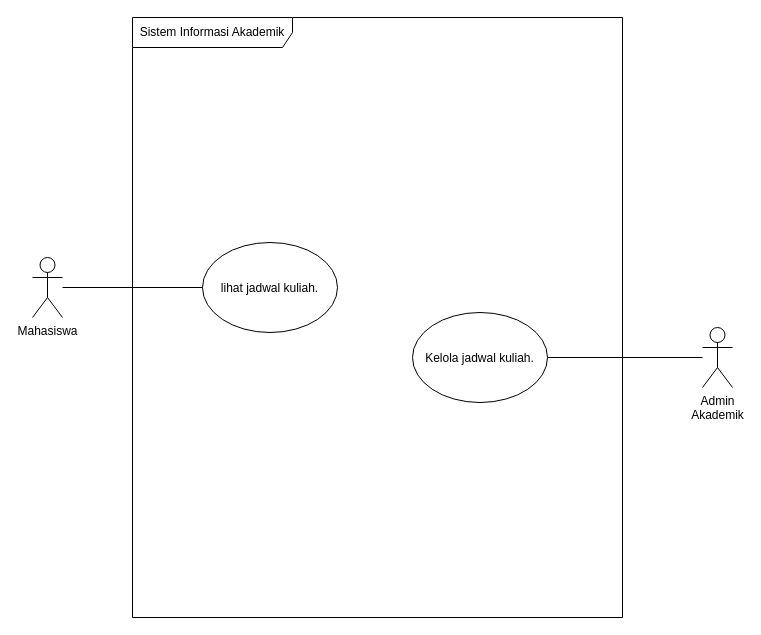
Above: 03_latihan_tools/P02/SIA/P02_2406121_SIA_notasi_v01.drawio in faujanalamsyah168-dot/IFRWP5149_2406121_LabAlat (draw.io), before the change. Source tidied: cells renumbered, new cells numbered last; positions are measured from the earlier drawing's top-left corner, leaving out a move shared by most shapes. Both pictures are drawn from the tidied source at 100%, with x=0, y=0 at pixel (32, 17).
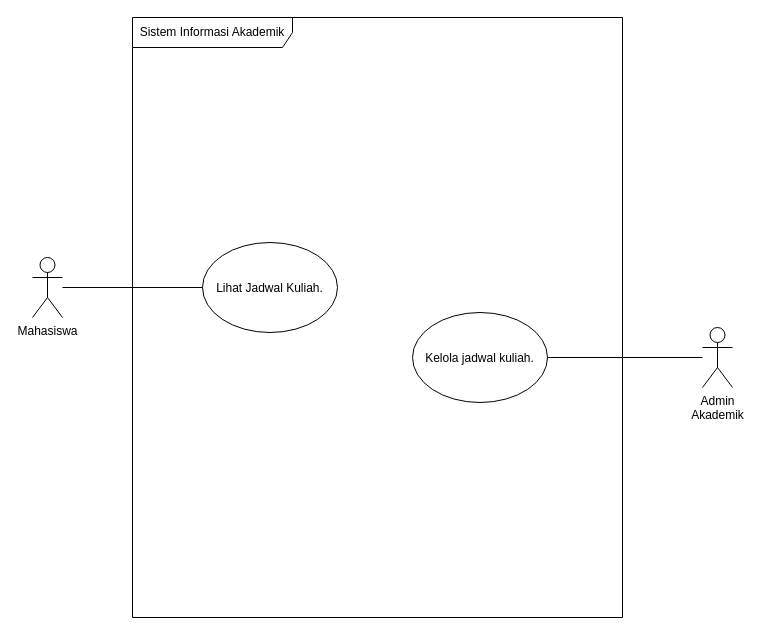
After the change.

The edit, as a diff of the source:
```diff
@@
 <mxGraphModel>
   <root>
     <mxCell id="0" />
     <mxCell id="1" parent="0" />
     <mxCell id="2" value="Sistem Informasi Akademik" style="shape=umlFrame;whiteSpace=wrap;html=1;width=160;" parent="1" vertex="1">
       <mxGeometry x="100" width="490" height="600" as="geometry" />
     </mxCell>
     <mxCell id="3" value=" Kelola jadwal kuliah. " style="ellipse;" parent="2" vertex="1">
       <mxGeometry x="280" y="295" width="135" height="90" as="geometry" />
     </mxCell>
-    <mxCell id="4" value=" lihat jadwal kuliah. " style="ellipse;" parent="2" vertex="1">
+    <mxCell id="4" value=" Lihat Jadwal Kuliah. " style="ellipse;" parent="2" vertex="1">
       <mxGeometry x="70" y="225" width="135" height="90" as="geometry" />
     </mxCell>
     <mxCell id="5" style="edgeStyle=none;html=1;entryX=0;entryY=0.5;entryDx=0;entryDy=0;endArrow=none;endFill=0;" parent="1" edge="1" source="6" target="4">
       <mxGeometry relative="1" as="geometry" />
     </mxCell>
     <mxCell id="6" value="Mahasiswa&lt;div&gt;&lt;br&gt;&lt;/div&gt;" style="shape=umlActor;verticalLabelPosition=bottom;verticalAlign=top;html=1;" parent="1" vertex="1">
       <mxGeometry y="240" width="30" height="60" as="geometry" />
     </mxCell>
     <mxCell id="7" style="edgeStyle=none;html=1;endArrow=none;endFill=0;" parent="1" edge="1" source="8" target="3">
       <mxGeometry relative="1" as="geometry" />
     </mxCell>
     <mxCell id="8" value="Admin&lt;div&gt;Akademik&lt;/div&gt;" style="shape=umlActor;verticalLabelPosition=bottom;verticalAlign=top;html=1;" parent="1" vertex="1">
       <mxGeometry x="670" y="310" width="30" height="60" as="geometry" />
     </mxCell>
   </root>
 </mxGraphModel>
```
